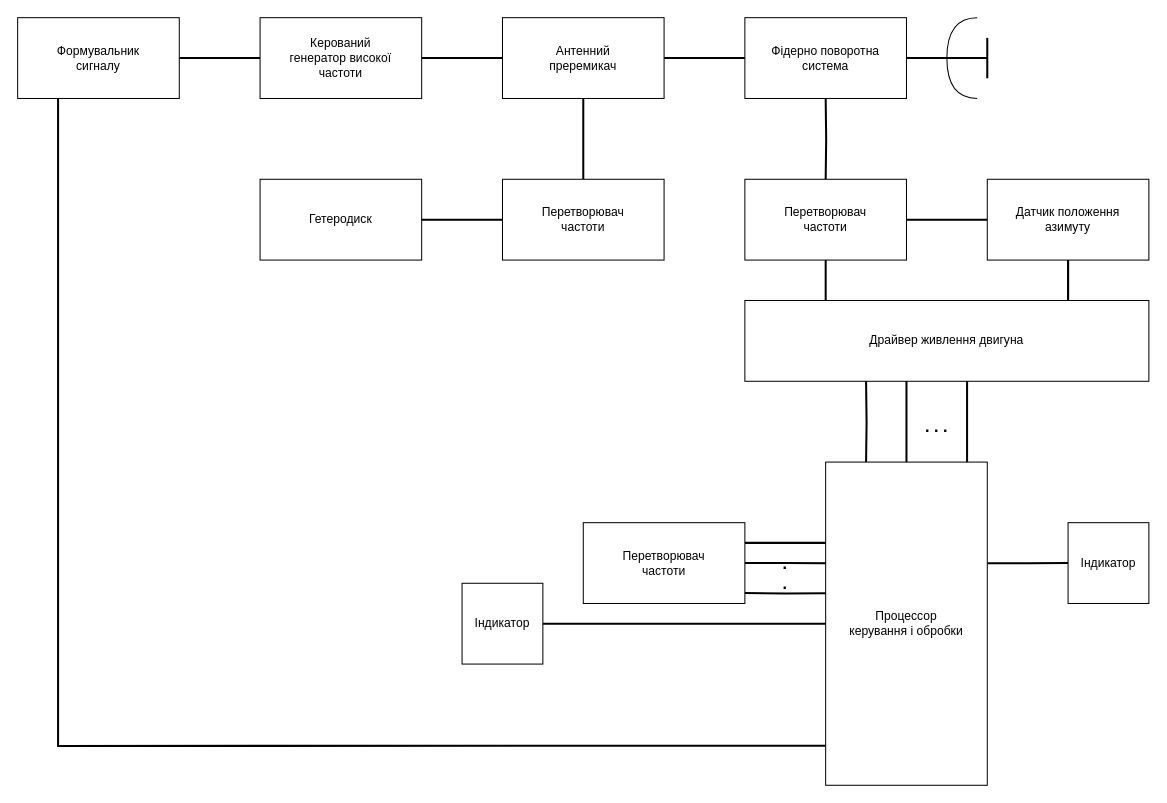
Before: Диаграмма без названия.drawio in IgorEzerskiy/diagrams, a draw.io diagram. Source tidied: cells renumbered, new cells numbered last; positions are measured from the earlier drawing's top-left corner, leaving out a move shared by most shapes. Both pictures are drawn from the tidied source at 101%, with x=0, y=0 at pixel (17, 17).
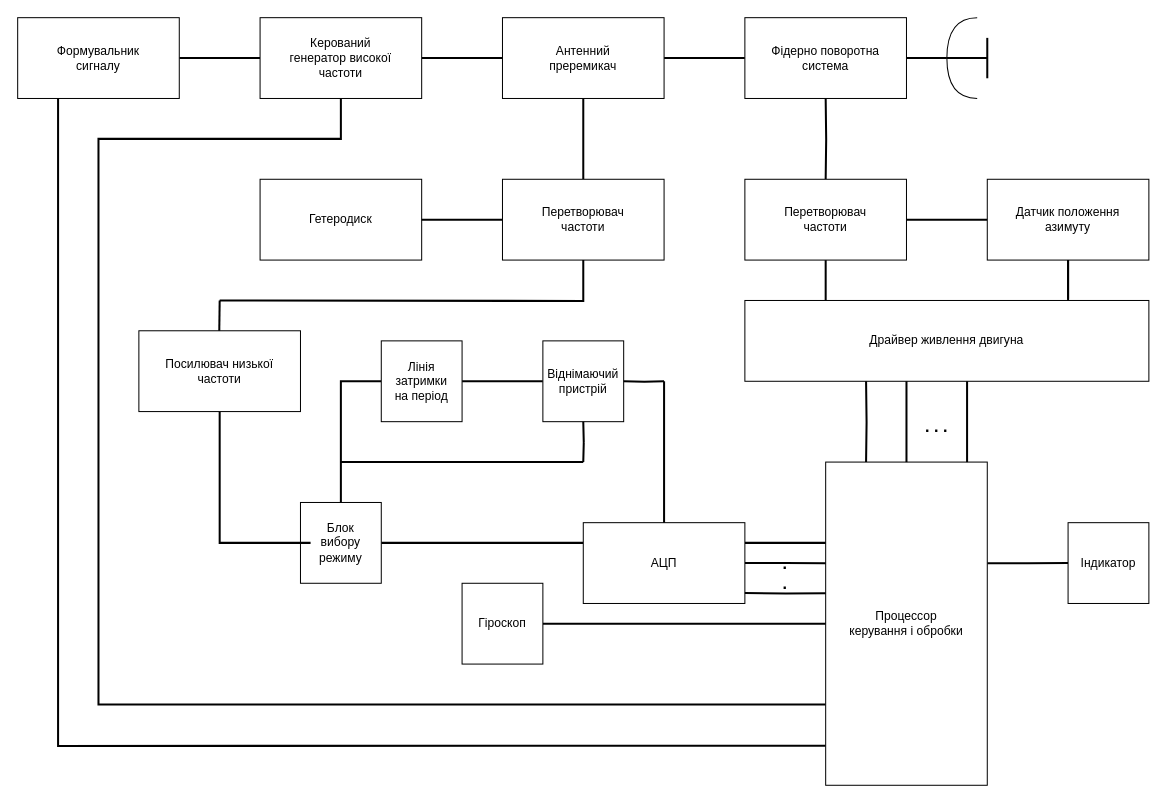
Above is the later version.

The change refers to these unchanged cells:
```xml
<mxCell id="7" style="rounded=0;whiteSpace=wrap;html=1;" parent="1" vertex="1">
  <mxGeometry x="240" width="160" height="80" as="geometry" />
</mxCell>
<mxCell id="23" style="rounded=0;whiteSpace=wrap;html=1;" parent="1" vertex="1">
  <mxGeometry x="480" y="160" width="160" height="80" as="geometry" />
</mxCell>
<mxCell id="37" style="rounded=0;whiteSpace=wrap;html=1;" parent="1" vertex="1">
  <mxGeometry x="800" y="440" width="160" height="320" as="geometry" />
</mxCell>
<mxCell id="46" style="rounded=0;whiteSpace=wrap;html=1;" parent="1" vertex="1">
  <mxGeometry x="560" y="500" width="160" height="80" as="geometry" />
</mxCell>
```

What changed in the source:
```diff
@@
+    <mxCell id="53" style="edgeStyle=orthogonalEdgeStyle;rounded=0;jettySize=auto;html=1;exitX=0;exitY=0.75;exitDx=0;exitDy=0;entryX=0.5;entryY=1;entryDx=0;entryDy=0;strokeWidth=2;fontSize=16;endArrow=none;endFill=0;" parent="1" edge="1" source="37" target="7">
+      <mxGeometry relative="1" as="geometry">
+        <Array as="points">
+          <mxPoint x="80" y="680" />
+          <mxPoint x="80" y="120" />
+          <mxPoint x="320" y="120" />
+        </Array>
+      </mxGeometry>
+    </mxCell>
@@
+    <mxCell id="54" style="edgeStyle=orthogonalEdgeStyle;rounded=0;jettySize=auto;html=1;exitX=0;exitY=0.25;exitDx=0;exitDy=0;entryX=1;entryY=0.5;entryDx=0;entryDy=0;strokeWidth=2;fontSize=16;endArrow=none;endFill=0;" parent="1" edge="1" source="46" target="56">
+      <mxGeometry relative="1" as="geometry" />
+    </mxCell>
@@
-    <mxCell id="47" value="Перетворювач частоти" style="text;html=1;strokeColor=none;fillColor=none;align=center;verticalAlign=middle;whiteSpace=wrap;rounded=0;" parent="1" vertex="1">
+    <mxCell id="47" value="АЦП" style="text;html=1;strokeColor=none;fillColor=none;align=center;verticalAlign=middle;whiteSpace=wrap;rounded=0;" parent="1" vertex="1">
       <mxGeometry x="580" y="510" width="120" height="60" as="geometry" />
     </mxCell>
@@
-    <mxCell id="52" value="Індикатор" style="text;html=1;strokeColor=none;fillColor=none;align=center;verticalAlign=middle;whiteSpace=wrap;rounded=0;" parent="1" vertex="1">
+    <mxCell id="52" value="Гіроскоп" style="text;html=1;strokeColor=none;fillColor=none;align=center;verticalAlign=middle;whiteSpace=wrap;rounded=0;" parent="1" vertex="1">
       <mxGeometry x="450" y="570" width="60" height="60" as="geometry" />
     </mxCell>
+    <mxCell id="55" style="edgeStyle=orthogonalEdgeStyle;rounded=0;jettySize=auto;html=1;entryX=0;entryY=0.5;entryDx=0;entryDy=0;strokeWidth=2;fontSize=16;endArrow=none;endFill=0;" parent="1" edge="1" source="56" target="60">
+      <mxGeometry relative="1" as="geometry" />
+    </mxCell>
+    <mxCell id="56" style="rounded=0;whiteSpace=wrap;html=1;" parent="1" vertex="1">
+      <mxGeometry x="280" y="480" width="80" height="80" as="geometry" />
+    </mxCell>
+    <mxCell id="57" style="edgeStyle=orthogonalEdgeStyle;rounded=0;jettySize=auto;html=1;entryX=0.5;entryY=1;entryDx=0;entryDy=0;strokeWidth=2;fontSize=16;endArrow=none;endFill=0;" parent="1" edge="1" source="58" target="68">
+      <mxGeometry relative="1" as="geometry" />
+    </mxCell>
+    <mxCell id="58" value="Блок вибору режиму" style="text;html=1;strokeColor=none;fillColor=none;align=center;verticalAlign=middle;whiteSpace=wrap;rounded=0;" parent="1" vertex="1">
+      <mxGeometry x="290" y="490" width="60" height="60" as="geometry" />
+    </mxCell>
+    <mxCell id="59" style="edgeStyle=orthogonalEdgeStyle;rounded=0;jettySize=auto;html=1;entryX=0;entryY=0.5;entryDx=0;entryDy=0;strokeWidth=2;fontSize=16;endArrow=none;endFill=0;" parent="1" edge="1" source="60" target="62">
+      <mxGeometry relative="1" as="geometry" />
+    </mxCell>
+    <mxCell id="60" style="rounded=0;whiteSpace=wrap;html=1;" parent="1" vertex="1">
+      <mxGeometry x="360" y="320" width="80" height="80" as="geometry" />
+    </mxCell>
+    <mxCell id="61" value="Лінія затримки на період" style="text;html=1;strokeColor=none;fillColor=none;align=center;verticalAlign=middle;whiteSpace=wrap;rounded=0;" parent="1" vertex="1">
+      <mxGeometry x="370" y="330" width="60" height="60" as="geometry" />
+    </mxCell>
+    <mxCell id="62" style="rounded=0;whiteSpace=wrap;html=1;" parent="1" vertex="1">
+      <mxGeometry x="520" y="320" width="80" height="80" as="geometry" />
+    </mxCell>
+    <mxCell id="63" value="Віднімаючий пристрій" style="text;html=1;strokeColor=none;fillColor=none;align=center;verticalAlign=middle;whiteSpace=wrap;rounded=0;" parent="1" vertex="1">
+      <mxGeometry x="530" y="330" width="60" height="60" as="geometry" />
+    </mxCell>
+    <mxCell id="64" style="edgeStyle=orthogonalEdgeStyle;rounded=0;orthogonalLoop=1;jettySize=auto;html=1;entryX=1;entryY=0.5;entryDx=0;entryDy=0;strokeWidth=2;fontSize=16;endArrow=none;endFill=0;" parent="1" edge="1">
+      <mxGeometry relative="1" as="geometry">
+        <mxPoint x="560" y="440" as="sourcePoint" />
+        <mxPoint x="320" y="440" as="targetPoint" />
+      </mxGeometry>
+    </mxCell>
+    <mxCell id="65" style="edgeStyle=orthogonalEdgeStyle;rounded=0;orthogonalLoop=1;jettySize=auto;html=1;strokeWidth=2;fontSize=16;endArrow=none;endFill=0;" parent="1" edge="1">
+      <mxGeometry relative="1" as="geometry">
+        <mxPoint x="560" y="400" as="sourcePoint" />
+        <mxPoint x="560" y="440" as="targetPoint" />
+      </mxGeometry>
+    </mxCell>
+    <mxCell id="66" style="edgeStyle=orthogonalEdgeStyle;rounded=0;orthogonalLoop=1;jettySize=auto;html=1;entryX=1;entryY=0.5;entryDx=0;entryDy=0;strokeWidth=2;fontSize=16;endArrow=none;endFill=0;" parent="1" edge="1">
+      <mxGeometry relative="1" as="geometry">
+        <mxPoint x="640" y="360" as="sourcePoint" />
+        <mxPoint x="600" y="360" as="targetPoint" />
+      </mxGeometry>
+    </mxCell>
+    <mxCell id="67" style="edgeStyle=orthogonalEdgeStyle;rounded=0;jettySize=auto;html=1;exitX=0.5;exitY=0;exitDx=0;exitDy=0;entryX=1;entryY=0.5;entryDx=0;entryDy=0;strokeWidth=2;fontSize=16;endArrow=none;endFill=0;" parent="1" edge="1" source="46">
+      <mxGeometry relative="1" as="geometry">
+        <mxPoint x="640" y="360" as="targetPoint" />
+      </mxGeometry>
+    </mxCell>
+    <mxCell id="68" style="rounded=0;whiteSpace=wrap;html=1;" parent="1" vertex="1">
+      <mxGeometry x="120" y="310" width="160" height="80" as="geometry" />
+    </mxCell>
+    <mxCell id="69" value="Посилювач низької частоти" style="text;html=1;strokeColor=none;fillColor=none;align=center;verticalAlign=middle;whiteSpace=wrap;rounded=0;" parent="1" vertex="1">
+      <mxGeometry x="140" y="320" width="120" height="60" as="geometry" />
+    </mxCell>
+    <mxCell id="70" style="edgeStyle=orthogonalEdgeStyle;rounded=0;orthogonalLoop=1;jettySize=auto;html=1;exitX=0.5;exitY=0;exitDx=0;exitDy=0;strokeWidth=2;fontSize=16;endArrow=none;endFill=0;" parent="1" edge="1">
+      <mxGeometry relative="1" as="geometry">
+        <mxPoint x="199.6" y="310" as="sourcePoint" />
+        <mxPoint x="200" y="280" as="targetPoint" />
+      </mxGeometry>
+    </mxCell>
+    <mxCell id="71" style="edgeStyle=orthogonalEdgeStyle;rounded=0;jettySize=auto;html=1;entryX=0.5;entryY=1;entryDx=0;entryDy=0;strokeWidth=2;fontSize=16;endArrow=none;endFill=0;" parent="1" edge="1" target="23">
+      <mxGeometry relative="1" as="geometry">
+        <mxPoint x="200" y="280" as="sourcePoint" />
+      </mxGeometry>
+    </mxCell>
```
